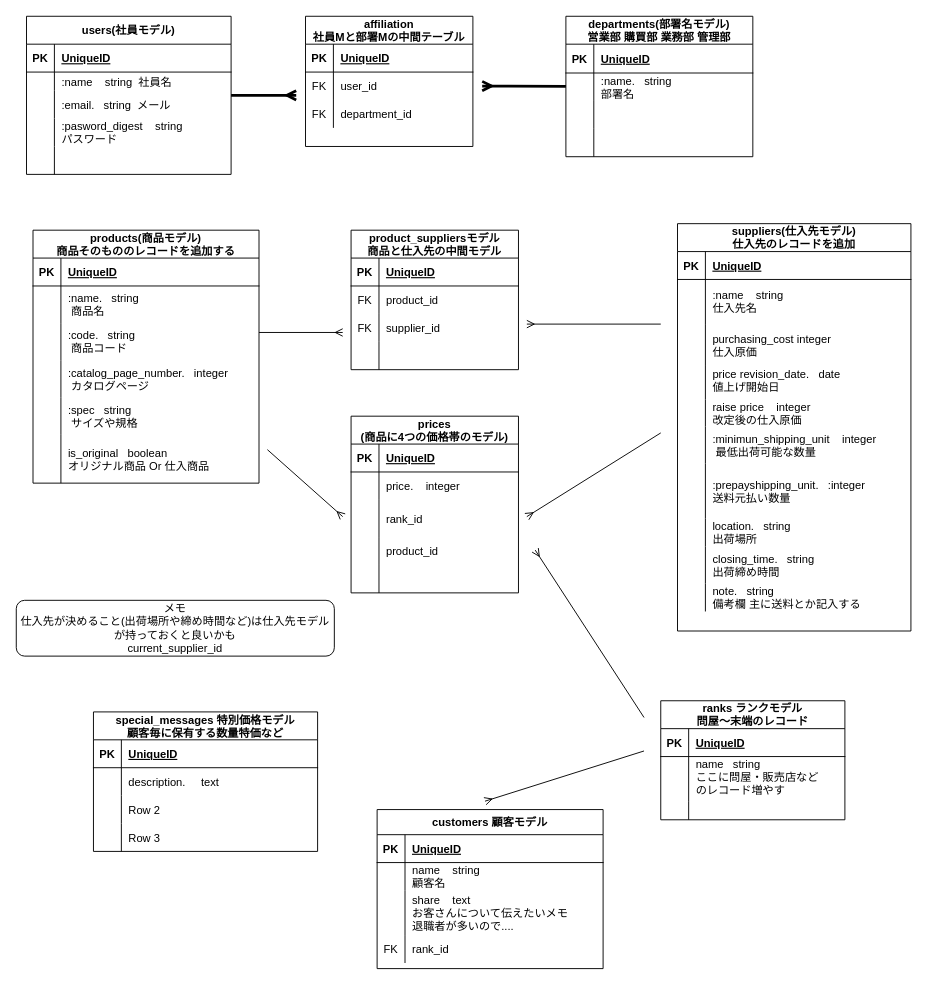
Above: ER.dio in Masakazu-Harada/Portforio_PriceList (draw.io), before the change. Source tidied: cells renumbered, new cells numbered last; positions are measured from the earlier drawing's top-left corner, leaving out a move shared by most shapes. Both pictures are drawn from the tidied source at 93%, with x=0, y=0 at pixel (16, 16).
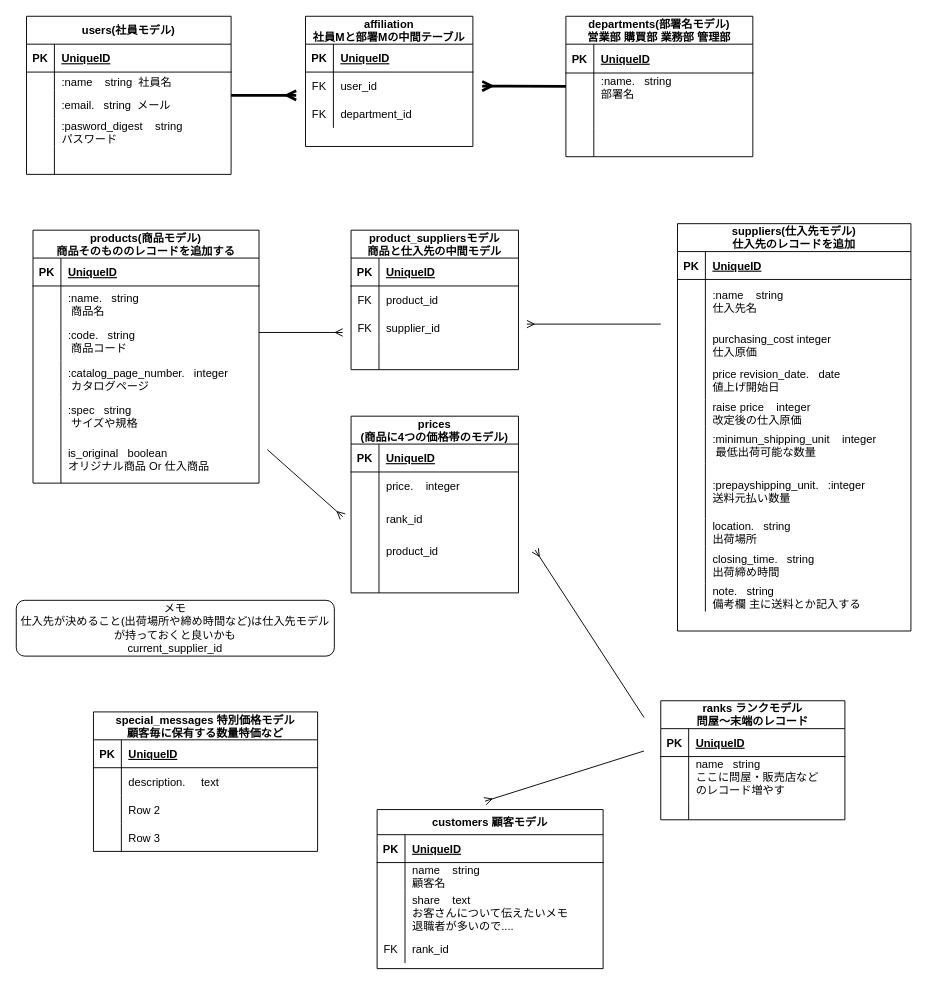
The same diagram, later.

The edit, as a diff of the source:
```diff
@@
-    <mxCell id="150" style="edgeStyle=none;html=1;endArrow=ERmany;endFill=0;" parent="1" edge="1">
-      <mxGeometry relative="1" as="geometry">
-        <mxPoint x="693" y="448" as="sourcePoint" />
-        <mxPoint x="549" y="538" as="targetPoint" />
-      </mxGeometry>
-    </mxCell>
```
